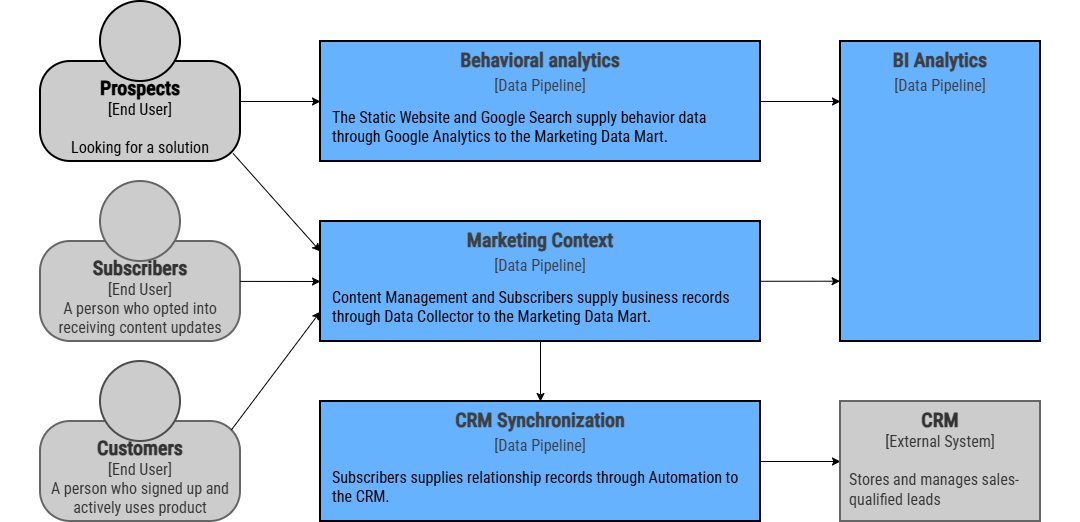
Before: chapter-10/figure-10.07.drawio.png, a diagram exported from draw.io (software-architecture-guild/modeling-software-architecture). Source tidied: cells renumbered, new cells last; positions are measured from the earlier drawing's top-left corner, leaving out a move shared by most shapes. Source of this version:
```xml
<mxGraphModel>
  <root>
    <mxCell id="0" />
    <mxCell id="1" parent="0" />
    <mxCell id="2" style="rounded=0;whiteSpace=wrap;html=1;strokeColor=none;fillColor=default;" parent="1" vertex="1">
      <mxGeometry width="1080" height="520" as="geometry" />
    </mxCell>
    <mxCell id="3" value="&lt;font style=&quot;color: rgb(63, 63, 63); scrollbar-color: rgba(100, 100, 100, 0.4) rgb(255, 255, 255);&quot;&gt;&lt;b style=&quot;color: rgb(63, 63, 63); scrollbar-color: rgba(100, 100, 100, 0.4) rgb(255, 255, 255);&quot;&gt;CRM Synchronization&lt;br style=&quot;color: rgb(63, 63, 63); scrollbar-color: rgba(100, 100, 100, 0.4) rgb(255, 255, 255);&quot;&gt;&lt;/b&gt;&lt;/font&gt;&lt;font style=&quot;color: rgb(63, 63, 63); scrollbar-color: rgba(100, 100, 100, 0.4) rgb(255, 255, 255); font-size: 16px;&quot;&gt;[Data Pipeline]&lt;/font&gt;" style="rounded=0;whiteSpace=wrap;html=1;strokeWidth=2;fillColor=#66B2FF;strokeColor=#000000;verticalAlign=top;fontFamily=Roboto Condensed;fontSource=https%3A%2F%2Ffonts.googleapis.com%2Fcss%3Ffamily%3DRoboto%2BCondensed;fontSize=20;" parent="1" vertex="1">
      <mxGeometry x="320" y="400" width="440" height="120" as="geometry" />
    </mxCell>
    <mxCell id="4" value="&lt;b style=&quot;color: rgb(63, 63, 63); scrollbar-color: rgba(100, 100, 100, 0.4) rgb(255, 255, 255);&quot;&gt;Marketing Context&lt;/b&gt;&lt;br style=&quot;color: rgb(63, 63, 63); scrollbar-color: rgba(100, 100, 100, 0.4) rgb(255, 255, 255);&quot;&gt;&lt;font style=&quot;color: rgb(63, 63, 63); scrollbar-color: rgba(100, 100, 100, 0.4) rgb(255, 255, 255); font-size: 16px;&quot;&gt;[Data Pipeline]&lt;/font&gt;" style="rounded=0;whiteSpace=wrap;html=1;strokeWidth=2;fillColor=#66B2FF;strokeColor=#000000;verticalAlign=top;fontFamily=Roboto Condensed;fontSource=https%3A%2F%2Ffonts.googleapis.com%2Fcss%3Ffamily%3DRoboto%2BCondensed;fontSize=20;" parent="1" vertex="1">
      <mxGeometry x="320" y="220" width="440" height="120" as="geometry" />
    </mxCell>
    <mxCell id="5" style="edgeStyle=none;shape=connector;rounded=0;html=1;strokeColor=#000000;align=center;verticalAlign=middle;fontFamily=IBM Plex Mono;fontSource=https%3A%2F%2Ffonts.googleapis.com%2Fcss%3Ffamily%3DIBM%2BPlex%2BMono;fontSize=11;fontColor=#000000;labelBackgroundColor=default;endArrow=classic;" parent="1" edge="1">
      <mxGeometry relative="1" as="geometry">
        <mxPoint x="760" y="100" as="sourcePoint" />
        <mxPoint x="840" y="100" as="targetPoint" />
      </mxGeometry>
    </mxCell>
    <mxCell id="6" style="rounded=0;jettySize=auto;html=1;exitX=1;exitY=0.4;exitDx=0;exitDy=0;exitPerimeter=0;strokeColor=#000000;entryX=0;entryY=0.5;entryDx=0;entryDy=0;" parent="1" edge="1" source="8">
      <mxGeometry relative="1" as="geometry">
        <mxPoint x="320" y="100" as="targetPoint" />
      </mxGeometry>
    </mxCell>
    <mxCell id="7" style="group;strokeColor=none;" parent="1" vertex="1">
      <mxGeometry x="40" width="200" height="160" as="geometry" />
    </mxCell>
    <mxCell id="8" value="&lt;b&gt;&lt;font style=&quot;font-size: 20px;&quot;&gt;&lt;font&gt;&lt;span&gt;Prospects&lt;/span&gt;&lt;/font&gt;&lt;br&gt;&lt;/font&gt;&lt;/b&gt;[End User]&lt;div&gt;&lt;br&gt;&lt;/div&gt;&lt;div&gt;Looking for a solution&lt;br&gt;&lt;/div&gt;" style="rounded=1;whiteSpace=wrap;html=1;strokeWidth=2;glass=0;arcSize=30;fontFamily=Roboto Condensed;fontSource=https%3A%2F%2Ffonts.googleapis.com%2Fcss%3Ffamily%3DRoboto%2BCondensed;verticalAlign=top;strokeColor=#000000;fillColor=light-dark(#CCCCCC,#EDEDED);fontColor=#000000;fontSize=16;spacingTop=8;" parent="7" vertex="1">
      <mxGeometry y="60" width="200" height="100" as="geometry" />
    </mxCell>
    <mxCell id="9" style="ellipse;whiteSpace=wrap;html=1;strokeWidth=2;strokeColor=#000000;fillColor=light-dark(#CCCCCC,#EDEDED);fontFamily=Roboto Condensed;fontSource=https%3A%2F%2Ffonts.googleapis.com%2Fcss%3Ffamily%3DRoboto%2BCondensed;fontColor=#000000;fontSize=16;" parent="7" vertex="1">
      <mxGeometry x="60" width="80" height="80" as="geometry" />
    </mxCell>
    <mxCell id="10" style="group;spacingTop=8;" parent="1" vertex="1">
      <mxGeometry x="40" y="360" width="200" height="160" as="geometry" />
    </mxCell>
    <mxCell id="11" value="&lt;b&gt;&lt;font style=&quot;font-size: 20px;&quot;&gt;&lt;font&gt;&lt;span&gt;Customers&lt;/span&gt;&lt;/font&gt;&lt;br&gt;&lt;/font&gt;&lt;/b&gt;[End User]&lt;div&gt;&lt;span style=&quot;background-color: transparent;&quot;&gt;A person who signed up and actively uses product&lt;/span&gt;&lt;/div&gt;" style="rounded=1;whiteSpace=wrap;html=1;strokeWidth=2;glass=0;arcSize=30;fontFamily=Roboto Condensed;fontSource=https%3A%2F%2Ffonts.googleapis.com%2Fcss%3Ffamily%3DRoboto%2BCondensed;verticalAlign=top;strokeColor=#666666;fillColor=#CCCCCC;fontColor=#333333;fontSize=16;spacingTop=8;" parent="10" vertex="1">
      <mxGeometry y="60" width="200" height="100" as="geometry" />
    </mxCell>
    <mxCell id="12" style="ellipse;whiteSpace=wrap;html=1;strokeWidth=2;strokeColor=light-dark(#4D4D4D,#EDEDED);fillColor=light-dark(#CCCCCC,#EDEDED);fontFamily=Roboto Condensed;fontSource=https%3A%2F%2Ffonts.googleapis.com%2Fcss%3Ffamily%3DRoboto%2BCondensed;fontSize=16;fontColor=#000000;" parent="10" vertex="1">
      <mxGeometry x="60" width="80" height="80" as="geometry" />
    </mxCell>
    <mxCell id="13" style="group;" parent="1" vertex="1">
      <mxGeometry x="40" y="180" width="200" height="160" as="geometry" />
    </mxCell>
    <mxCell id="14" value="&lt;b&gt;&lt;font style=&quot;font-size: 20px;&quot;&gt;&lt;span&gt;Subscribers&lt;/span&gt;&lt;/font&gt;&lt;br&gt;&lt;/b&gt;[End User]&lt;br&gt;A person who opted into receiving content updates" style="rounded=1;whiteSpace=wrap;html=1;strokeWidth=2;glass=0;arcSize=30;fontFamily=Roboto Condensed;fontSource=https%3A%2F%2Ffonts.googleapis.com%2Fcss%3Ffamily%3DRoboto%2BCondensed;verticalAlign=top;strokeColor=#666666;fillColor=#CCCCCC;fontColor=#333333;fontSize=16;spacingTop=8;" parent="13" vertex="1">
      <mxGeometry y="60" width="200" height="100" as="geometry" />
    </mxCell>
    <mxCell id="15" style="ellipse;whiteSpace=wrap;html=1;strokeWidth=2;strokeColor=#666666;fillColor=#CCCCCC;fontColor=#333333;fontFamily=Roboto Condensed;fontSource=https%3A%2F%2Ffonts.googleapis.com%2Fcss%3Ffamily%3DRoboto%2BCondensed;fontSize=16;" parent="13" vertex="1">
      <mxGeometry x="60" width="80" height="80" as="geometry" />
    </mxCell>
    <mxCell id="16" style="edgeStyle=none;shape=connector;rounded=0;html=1;entryX=0.5;entryY=0;entryDx=0;entryDy=0;strokeColor=#000000;align=center;verticalAlign=middle;fontFamily=IBM Plex Mono;fontSource=https%3A%2F%2Ffonts.googleapis.com%2Fcss%3Ffamily%3DIBM%2BPlex%2BMono;fontSize=11;fontColor=#000000;labelBackgroundColor=default;endArrow=classic;" parent="1" edge="1">
      <mxGeometry relative="1" as="geometry">
        <mxPoint x="540" y="340" as="sourcePoint" />
        <mxPoint x="540" y="400" as="targetPoint" />
      </mxGeometry>
    </mxCell>
    <mxCell id="17" value="&lt;span style=&quot;white-space-collapse: preserve;&quot;&gt;Content Management and Subscribers supply business records through Data Collector to the Marketing Data Mart.&lt;/span&gt;" style="text;whiteSpace=wrap;html=1;fontFamily=Roboto Condensed;fontSource=https%3A%2F%2Ffonts.googleapis.com%2Fcss%3Ffamily%3DRoboto%2BCondensed;fontSize=16;" parent="1" vertex="1">
      <mxGeometry x="330" y="280" width="420" height="60" as="geometry" />
    </mxCell>
    <mxCell id="18" style="edgeStyle=none;shape=connector;rounded=0;html=1;strokeColor=#000000;align=center;verticalAlign=middle;fontFamily=IBM Plex Mono;fontSource=https%3A%2F%2Ffonts.googleapis.com%2Fcss%3Ffamily%3DIBM%2BPlex%2BMono;fontSize=11;fontColor=#000000;labelBackgroundColor=default;endArrow=classic;" parent="1" edge="1" target="23">
      <mxGeometry relative="1" as="geometry">
        <mxPoint x="760" y="460" as="sourcePoint" />
      </mxGeometry>
    </mxCell>
    <mxCell id="19" style="edgeStyle=none;shape=connector;rounded=0;html=1;entryX=0;entryY=0.5;entryDx=0;entryDy=0;strokeColor=#000000;align=center;verticalAlign=middle;fontFamily=IBM Plex Mono;fontSource=https%3A%2F%2Ffonts.googleapis.com%2Fcss%3Ffamily%3DIBM%2BPlex%2BMono;fontSize=11;fontColor=#000000;labelBackgroundColor=default;endArrow=classic;exitX=0.998;exitY=0.399;exitDx=0;exitDy=0;exitPerimeter=0;" parent="1" edge="1" source="14">
      <mxGeometry relative="1" as="geometry">
        <mxPoint x="320" y="280" as="targetPoint" />
      </mxGeometry>
    </mxCell>
    <mxCell id="20" style="edgeStyle=none;shape=connector;rounded=0;html=1;entryX=0;entryY=0.75;entryDx=0;entryDy=0;strokeColor=#000000;align=center;verticalAlign=middle;fontFamily=IBM Plex Mono;fontSource=https%3A%2F%2Ffonts.googleapis.com%2Fcss%3Ffamily%3DIBM%2BPlex%2BMono;fontSize=11;fontColor=#000000;labelBackgroundColor=default;endArrow=classic;exitX=0.955;exitY=0.083;exitDx=0;exitDy=0;exitPerimeter=0;" parent="1" edge="1" source="11">
      <mxGeometry relative="1" as="geometry">
        <mxPoint x="320" y="310" as="targetPoint" />
      </mxGeometry>
    </mxCell>
    <mxCell id="21" style="edgeStyle=none;shape=connector;rounded=0;html=1;entryX=0;entryY=0.25;entryDx=0;entryDy=0;strokeColor=#000000;align=center;verticalAlign=middle;fontFamily=IBM Plex Mono;fontSource=https%3A%2F%2Ffonts.googleapis.com%2Fcss%3Ffamily%3DIBM%2BPlex%2BMono;fontSize=11;fontColor=#000000;labelBackgroundColor=default;endArrow=classic;exitX=0.963;exitY=0.92;exitDx=0;exitDy=0;exitPerimeter=0;" parent="1" edge="1" source="8">
      <mxGeometry relative="1" as="geometry">
        <mxPoint x="320" y="250" as="targetPoint" />
      </mxGeometry>
    </mxCell>
    <mxCell id="22" value="&lt;span style=&quot;white-space-collapse: preserve;&quot;&gt;Subscribers supplies relationship records through Automation to the CRM.&lt;/span&gt;" style="text;whiteSpace=wrap;html=1;fontFamily=Roboto Condensed;fontSource=https%3A%2F%2Ffonts.googleapis.com%2Fcss%3Ffamily%3DRoboto%2BCondensed;fontSize=16;" parent="1" vertex="1">
      <mxGeometry x="330" y="460" width="420" height="60" as="geometry" />
    </mxCell>
    <mxCell id="23" value="&lt;font&gt;&lt;b&gt;&lt;font style=&quot;font-size: 20px;&quot;&gt;&lt;span&gt;CRM&lt;/span&gt;&lt;/font&gt;&lt;/b&gt;&lt;br&gt;&lt;font&gt;[&lt;font&gt;External Sy&lt;/font&gt;stem]&lt;/font&gt;&lt;/font&gt;&lt;div&gt;&lt;font&gt;&lt;font&gt;&lt;br&gt;&lt;/font&gt;&lt;/font&gt;&lt;/div&gt;&lt;div style=&quot;text-align: left; padding-left: 8px;&quot;&gt;&lt;font&gt;Stores and manages sales-qualified leads&lt;/font&gt;&lt;/div&gt;" style="rounded=0;whiteSpace=wrap;html=1;strokeWidth=2;fillColor=#CCCCCC;strokeColor=#666666;verticalAlign=top;fontColor=#333333;fontFamily=Roboto Condensed;fontSource=https%3A%2F%2Ffonts.googleapis.com%2Fcss%3Ffamily%3DRoboto%2BCondensed;fontSize=16;" parent="1" vertex="1">
      <mxGeometry x="840" y="400" width="200" height="120" as="geometry" />
    </mxCell>
    <mxCell id="24" style="edgeStyle=none;shape=connector;rounded=0;html=1;entryX=-0.002;entryY=0.397;entryDx=0;entryDy=0;entryPerimeter=0;strokeColor=#000000;align=center;verticalAlign=middle;fontFamily=IBM Plex Mono;fontSource=https%3A%2F%2Ffonts.googleapis.com%2Fcss%3Ffamily%3DIBM%2BPlex%2BMono;fontSize=11;fontColor=#000000;labelBackgroundColor=default;endArrow=classic;" parent="1" edge="1">
      <mxGeometry relative="1" as="geometry">
        <mxPoint x="760" y="279.8" as="sourcePoint" />
        <mxPoint x="839.6" y="279.7" as="targetPoint" />
      </mxGeometry>
    </mxCell>
    <mxCell id="25" value="&lt;b style=&quot;color: rgb(63, 63, 63); scrollbar-color: rgba(100, 100, 100, 0.4) rgb(255, 255, 255);&quot;&gt;Behavioral analytics&lt;/b&gt;&lt;br style=&quot;color: rgb(63, 63, 63); scrollbar-color: rgba(100, 100, 100, 0.4) rgb(255, 255, 255);&quot;&gt;&lt;font style=&quot;color: rgb(63, 63, 63); scrollbar-color: rgba(100, 100, 100, 0.4) rgb(255, 255, 255); font-size: 16px;&quot;&gt;[Data Pipeline]&lt;/font&gt;" style="rounded=0;whiteSpace=wrap;html=1;strokeWidth=2;fillColor=#66B2FF;strokeColor=#000000;verticalAlign=top;fontFamily=Roboto Condensed;fontSource=https%3A%2F%2Ffonts.googleapis.com%2Fcss%3Ffamily%3DRoboto%2BCondensed;fontSize=20;" parent="1" vertex="1">
      <mxGeometry x="320" y="40" width="440" height="120" as="geometry" />
    </mxCell>
    <mxCell id="26" value="&lt;b style=&quot;font-weight:normal;&quot; id=&quot;docs-internal-guid-c34b7723-7fff-1865-808b-2f03c13990a0&quot;&gt;&lt;span style=&quot;background-color: transparent; font-weight: 400; font-style: normal; font-variant: normal; text-decoration: none; vertical-align: baseline; white-space: pre-wrap;&quot;&gt;The Static Website and Google Search supply behavior data through Google Analytics to the Marketing Data Mart.&lt;/span&gt;&lt;/b&gt;" style="text;whiteSpace=wrap;html=1;fontFamily=Roboto Condensed;fontSource=https%3A%2F%2Ffonts.googleapis.com%2Fcss%3Ffamily%3DRoboto%2BCondensed;fontSize=16;" parent="1" vertex="1">
      <mxGeometry x="330" y="100" width="420" height="60" as="geometry" />
    </mxCell>
    <mxCell id="27" value="&lt;b style=&quot;color: rgb(63, 63, 63); scrollbar-color: rgba(100, 100, 100, 0.4) rgb(255, 255, 255);&quot;&gt;BI Analytics&lt;/b&gt;&lt;br style=&quot;color: rgb(63, 63, 63); scrollbar-color: rgba(100, 100, 100, 0.4) rgb(255, 255, 255);&quot;&gt;&lt;font style=&quot;color: rgb(63, 63, 63); scrollbar-color: rgba(100, 100, 100, 0.4) rgb(255, 255, 255); font-size: 16px;&quot;&gt;[Data Pipeline]&lt;/font&gt;" style="rounded=0;whiteSpace=wrap;html=1;strokeWidth=2;fillColor=#66B2FF;strokeColor=#000000;verticalAlign=top;fontFamily=Roboto Condensed;fontSource=https%3A%2F%2Ffonts.googleapis.com%2Fcss%3Ffamily%3DRoboto%2BCondensed;fontSize=20;" parent="1" vertex="1">
      <mxGeometry x="840" y="40" width="200" height="300" as="geometry" />
    </mxCell>
  </root>
</mxGraphModel>
```
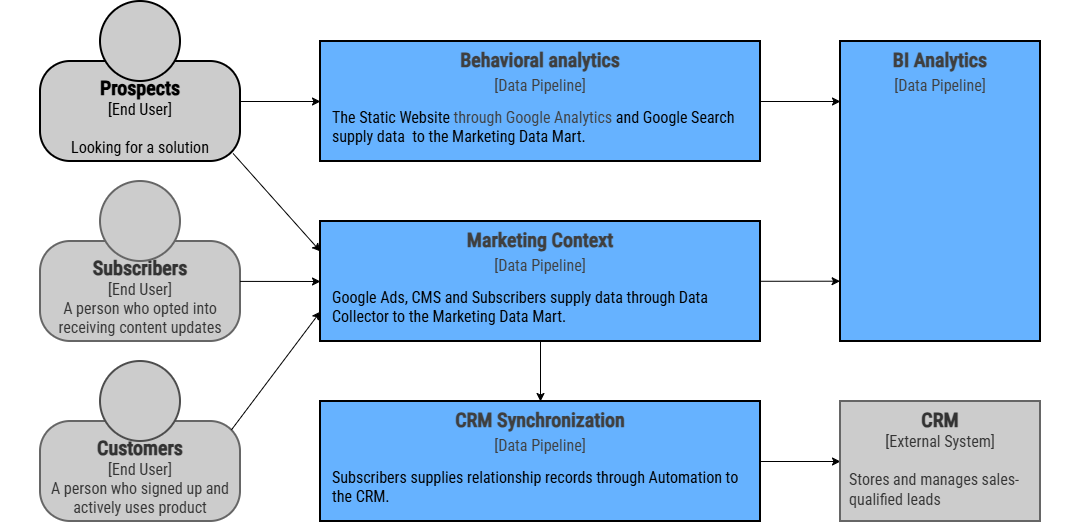
Above is the later version.

Commit message:
chapter 10: fixed google ads and search

What changed in the source:
```diff
@@ -55,7 +55,7 @@
         <mxPoint x="540" y="400" as="targetPoint" />
       </mxGeometry>
     </mxCell>
-    <mxCell id="17" value="&lt;span style=&quot;white-space-collapse: preserve;&quot;&gt;Content Management and Subscribers supply business records through Data Collector to the Marketing Data Mart.&lt;/span&gt;" style="text;whiteSpace=wrap;html=1;fontFamily=Roboto Condensed;fontSource=https%3A%2F%2Ffonts.googleapis.com%2Fcss%3Ffamily%3DRoboto%2BCondensed;fontSize=16;" parent="1" vertex="1">
+    <mxCell id="17" value="&lt;span style=&quot;white-space-collapse: preserve;&quot;&gt;Google Ads, CMS and Subscribers supply data through Data Collector to the Marketing Data Mart.&lt;/span&gt;" style="text;whiteSpace=wrap;html=1;fontFamily=Roboto Condensed;fontSource=https%3A%2F%2Ffonts.googleapis.com%2Fcss%3Ffamily%3DRoboto%2BCondensed;fontSize=16;" parent="1" vertex="1">
       <mxGeometry x="330" y="280" width="420" height="60" as="geometry" />
     </mxCell>
     <mxCell id="18" style="edgeStyle=none;shape=connector;rounded=0;html=1;strokeColor=#000000;align=center;verticalAlign=middle;fontFamily=IBM Plex Mono;fontSource=https%3A%2F%2Ffonts.googleapis.com%2Fcss%3Ffamily%3DIBM%2BPlex%2BMono;fontSize=11;fontColor=#000000;labelBackgroundColor=default;endArrow=classic;" parent="1" edge="1" target="23">
@@ -93,7 +93,7 @@
     <mxCell id="25" value="&lt;b style=&quot;color: rgb(63, 63, 63); scrollbar-color: rgba(100, 100, 100, 0.4) rgb(255, 255, 255);&quot;&gt;Behavioral analytics&lt;/b&gt;&lt;br style=&quot;color: rgb(63, 63, 63); scrollbar-color: rgba(100, 100, 100, 0.4) rgb(255, 255, 255);&quot;&gt;&lt;font style=&quot;color: rgb(63, 63, 63); scrollbar-color: rgba(100, 100, 100, 0.4) rgb(255, 255, 255); font-size: 16px;&quot;&gt;[Data Pipeline]&lt;/font&gt;" style="rounded=0;whiteSpace=wrap;html=1;strokeWidth=2;fillColor=#66B2FF;strokeColor=#000000;verticalAlign=top;fontFamily=Roboto Condensed;fontSource=https%3A%2F%2Ffonts.googleapis.com%2Fcss%3Ffamily%3DRoboto%2BCondensed;fontSize=20;" parent="1" vertex="1">
       <mxGeometry x="320" y="40" width="440" height="120" as="geometry" />
     </mxCell>
-    <mxCell id="26" value="&lt;b style=&quot;font-weight:normal;&quot; id=&quot;docs-internal-guid-c34b7723-7fff-1865-808b-2f03c13990a0&quot;&gt;&lt;span style=&quot;background-color: transparent; font-weight: 400; font-style: normal; font-variant: normal; text-decoration: none; vertical-align: baseline; white-space: pre-wrap;&quot;&gt;The Static Website and Google Search supply behavior data through Google Analytics to the Marketing Data Mart.&lt;/span&gt;&lt;/b&gt;" style="text;whiteSpace=wrap;html=1;fontFamily=Roboto Condensed;fontSource=https%3A%2F%2Ffonts.googleapis.com%2Fcss%3Ffamily%3DRoboto%2BCondensed;fontSize=16;" parent="1" vertex="1">
+    <mxCell id="26" value="&lt;b style=&quot;font-weight:normal;&quot; id=&quot;docs-internal-guid-c34b7723-7fff-1865-808b-2f03c13990a0&quot;&gt;&lt;span style=&quot;background-color: transparent; font-weight: 400; font-style: normal; font-variant: normal; text-decoration: none; vertical-align: baseline; white-space: pre-wrap;&quot;&gt;The Static Website &lt;span id=&quot;docs-internal-guid-c34b7723-7fff-1865-808b-2f03c13990a0&quot; style=&quot;color: rgb(63, 63, 63); scrollbar-color: rgba(100, 100, 100, 0.4) rgb(255, 255, 255); white-space: normal;&quot;&gt;&lt;span style=&quot;color: rgb(63, 63, 63); scrollbar-color: rgba(100, 100, 100, 0.4) rgb(255, 255, 255); background-color: transparent; font-variant: normal; vertical-align: baseline; white-space: pre-wrap;&quot;&gt;through Google Analytics&lt;/span&gt;&lt;/span&gt; and Google Search supply data  to the Marketing Data Mart.&lt;/span&gt;&lt;/b&gt;" style="text;whiteSpace=wrap;html=1;fontFamily=Roboto Condensed;fontSource=https%3A%2F%2Ffonts.googleapis.com%2Fcss%3Ffamily%3DRoboto%2BCondensed;fontSize=16;" parent="1" vertex="1">
       <mxGeometry x="330" y="100" width="420" height="60" as="geometry" />
     </mxCell>
     <mxCell id="27" value="&lt;b style=&quot;color: rgb(63, 63, 63); scrollbar-color: rgba(100, 100, 100, 0.4) rgb(255, 255, 255);&quot;&gt;BI Analytics&lt;/b&gt;&lt;br style=&quot;color: rgb(63, 63, 63); scrollbar-color: rgba(100, 100, 100, 0.4) rgb(255, 255, 255);&quot;&gt;&lt;font style=&quot;color: rgb(63, 63, 63); scrollbar-color: rgba(100, 100, 100, 0.4) rgb(255, 255, 255); font-size: 16px;&quot;&gt;[Data Pipeline]&lt;/font&gt;" style="rounded=0;whiteSpace=wrap;html=1;strokeWidth=2;fillColor=#66B2FF;strokeColor=#000000;verticalAlign=top;fontFamily=Roboto Condensed;fontSource=https%3A%2F%2Ffonts.googleapis.com%2Fcss%3Ffamily%3DRoboto%2BCondensed;fontSize=20;" parent="1" vertex="1">
```
